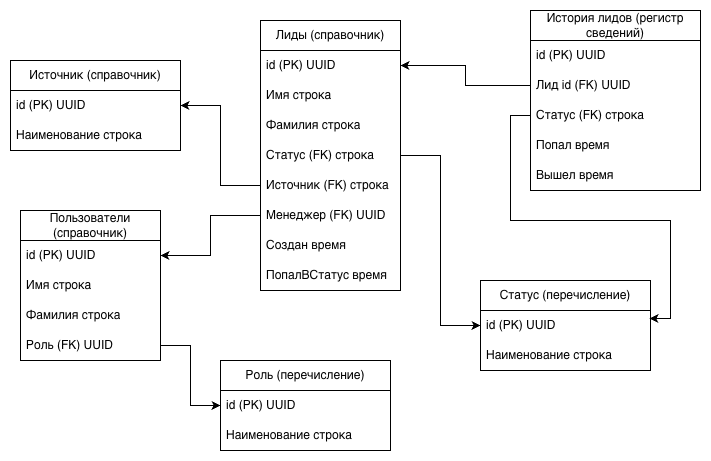
This is docs/CRM_ERD.png from Captain-Skull/CRM-mini, a draw.io export, as it was before one commit. Source tidied: cells renumbered, new cells last; positions are measured from the earlier drawing's top-left corner, leaving out a move shared by most shapes.
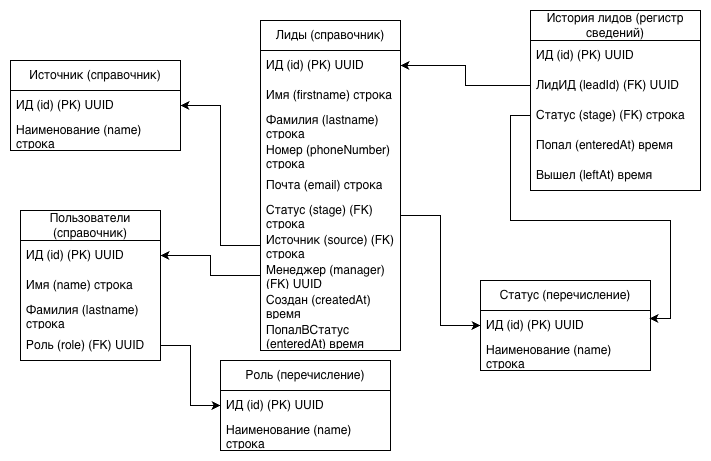
The same diagram one commit later.

Diff of the diagram source:
```diff
@@ -3,48 +3,54 @@
     <mxCell id="0" />
     <mxCell id="1" parent="0" />
     <mxCell id="2" value="Лиды (справочник)" style="swimlane;fontStyle=0;horizontal=1;startSize=30;whiteSpace=wrap;html=1;" parent="1" vertex="1">
-      <mxGeometry x="250" y="10" width="140" height="270" as="geometry" />
+      <mxGeometry x="250" y="10" width="140" height="330" as="geometry" />
     </mxCell>
-    <mxCell id="3" value="id (PK) UUID" style="text;strokeColor=none;fillColor=none;align=left;verticalAlign=middle;spacingLeft=4;spacingRight=4;overflow=hidden;points=[[0,0.5],[1,0.5]];portConstraint=eastwest;whiteSpace=wrap;html=1;" parent="2" vertex="1">
+    <mxCell id="3" value="ИД (id) (PK) UUID" style="text;strokeColor=none;fillColor=none;align=left;verticalAlign=middle;spacingLeft=4;spacingRight=4;overflow=hidden;points=[[0,0.5],[1,0.5]];portConstraint=eastwest;whiteSpace=wrap;html=1;" parent="2" vertex="1">
       <mxGeometry y="30" width="140" height="30" as="geometry" />
     </mxCell>
-    <mxCell id="4" value="Имя строка" style="text;strokeColor=none;fillColor=none;align=left;verticalAlign=middle;spacingLeft=4;spacingRight=4;overflow=hidden;whiteSpace=wrap;html=1;" parent="2" vertex="1">
+    <mxCell id="4" value="Имя (firstname) строка" style="text;strokeColor=none;fillColor=none;align=left;verticalAlign=middle;spacingLeft=4;spacingRight=4;overflow=hidden;whiteSpace=wrap;html=1;" parent="2" vertex="1">
       <mxGeometry y="60" width="140" height="30" as="geometry" />
     </mxCell>
-    <mxCell id="5" value="Фамилия строка" style="text;strokeColor=none;fillColor=none;align=left;verticalAlign=middle;spacingLeft=4;spacingRight=4;overflow=hidden;whiteSpace=wrap;html=1;" parent="2" vertex="1">
+    <mxCell id="5" value="Фамилия (lastname) строка" style="text;strokeColor=none;fillColor=none;align=left;verticalAlign=middle;spacingLeft=4;spacingRight=4;overflow=hidden;whiteSpace=wrap;html=1;" parent="2" vertex="1">
       <mxGeometry y="90" width="140" height="30" as="geometry" />
     </mxCell>
+    <mxCell id="37" value="Номер (phoneNumber) строка" style="text;strokeColor=none;fillColor=none;align=left;verticalAlign=middle;spacingLeft=4;spacingRight=4;overflow=hidden;whiteSpace=wrap;html=1;" parent="2" vertex="1">
+      <mxGeometry y="120" width="140" height="30" as="geometry" />
+    </mxCell>
+    <mxCell id="38" value="Почта (email) строка" style="text;strokeColor=none;fillColor=none;align=left;verticalAlign=middle;spacingLeft=4;spacingRight=4;overflow=hidden;whiteSpace=wrap;html=1;" parent="2" vertex="1">
+      <mxGeometry y="150" width="140" height="30" as="geometry" />
+    </mxCell>
-    <mxCell id="6" value="Статус (FK) строка&amp;nbsp;" style="text;strokeColor=none;fillColor=none;align=left;verticalAlign=middle;spacingLeft=4;spacingRight=4;overflow=hidden;points=[[0,0.5],[1,0.5]];portConstraint=eastwest;whiteSpace=wrap;html=1;" parent="2" vertex="1">
-      <mxGeometry y="120" width="140" height="30" as="geometry" />
+    <mxCell id="6" value="Статус (stage) (FK) строка&amp;nbsp;" style="text;strokeColor=none;fillColor=none;align=left;verticalAlign=middle;spacingLeft=4;spacingRight=4;overflow=hidden;points=[[0,0.5],[1,0.5]];portConstraint=eastwest;whiteSpace=wrap;html=1;" parent="2" vertex="1">
+      <mxGeometry y="180" width="140" height="30" as="geometry" />
     </mxCell>
-    <mxCell id="7" value="Источник (FK) строка&amp;nbsp;" style="text;strokeColor=none;fillColor=none;align=left;verticalAlign=middle;spacingLeft=4;spacingRight=4;overflow=hidden;points=[[0,0.5],[1,0.5]];portConstraint=eastwest;whiteSpace=wrap;html=1;" parent="2" vertex="1">
-      <mxGeometry y="150" width="140" height="30" as="geometry" />
+    <mxCell id="7" value="Источник (source) (FK) строка&amp;nbsp;" style="text;strokeColor=none;fillColor=none;align=left;verticalAlign=middle;spacingLeft=4;spacingRight=4;overflow=hidden;points=[[0,0.5],[1,0.5]];portConstraint=eastwest;whiteSpace=wrap;html=1;" parent="2" vertex="1">
+      <mxGeometry y="210" width="140" height="30" as="geometry" />
     </mxCell>
-    <mxCell id="8" value="Менеджер (FK) UUID" style="text;strokeColor=none;fillColor=none;align=left;verticalAlign=middle;spacingLeft=4;spacingRight=4;overflow=hidden;points=[[0,0.5],[1,0.5]];portConstraint=eastwest;whiteSpace=wrap;html=1;" parent="2" vertex="1">
-      <mxGeometry y="180" width="140" height="30" as="geometry" />
+    <mxCell id="8" value="Менеджер (manager) (FK) UUID" style="text;strokeColor=none;fillColor=none;align=left;verticalAlign=middle;spacingLeft=4;spacingRight=4;overflow=hidden;points=[[0,0.5],[1,0.5]];portConstraint=eastwest;whiteSpace=wrap;html=1;" parent="2" vertex="1">
+      <mxGeometry y="240" width="140" height="30" as="geometry" />
     </mxCell>
-    <mxCell id="9" value="Создан время" style="text;strokeColor=none;fillColor=none;align=left;verticalAlign=middle;spacingLeft=4;spacingRight=4;overflow=hidden;whiteSpace=wrap;html=1;" parent="2" vertex="1">
-      <mxGeometry y="210" width="140" height="30" as="geometry" />
+    <mxCell id="9" value="Создан (createdAt) время" style="text;strokeColor=none;fillColor=none;align=left;verticalAlign=middle;spacingLeft=4;spacingRight=4;overflow=hidden;whiteSpace=wrap;html=1;" parent="2" vertex="1">
+      <mxGeometry y="270" width="140" height="30" as="geometry" />
     </mxCell>
-    <mxCell id="10" value="ПопалВСтатус время" style="text;strokeColor=none;fillColor=none;align=left;verticalAlign=middle;spacingLeft=4;spacingRight=4;overflow=hidden;whiteSpace=wrap;html=1;" parent="2" vertex="1">
-      <mxGeometry y="240" width="140" height="30" as="geometry" />
+    <mxCell id="10" value="ПопалВСтатус (enteredAt) время" style="text;strokeColor=none;fillColor=none;align=left;verticalAlign=middle;spacingLeft=4;spacingRight=4;overflow=hidden;whiteSpace=wrap;html=1;" parent="2" vertex="1">
+      <mxGeometry y="300" width="140" height="30" as="geometry" />
     </mxCell>
     <mxCell id="11" value="История лидов (регистр сведений)" style="swimlane;fontStyle=0;horizontal=1;startSize=30;whiteSpace=wrap;html=1;" parent="1" vertex="1">
       <mxGeometry x="520" width="170" height="180" as="geometry" />
     </mxCell>
-    <mxCell id="12" value="id (PK) UUID" style="text;strokeColor=none;fillColor=none;align=left;verticalAlign=middle;spacingLeft=4;spacingRight=4;overflow=hidden;whiteSpace=wrap;html=1;" parent="11" vertex="1">
+    <mxCell id="12" value="ИД (id) (PK) UUID" style="text;strokeColor=none;fillColor=none;align=left;verticalAlign=middle;spacingLeft=4;spacingRight=4;overflow=hidden;whiteSpace=wrap;html=1;" parent="11" vertex="1">
       <mxGeometry y="30" width="170" height="30" as="geometry" />
     </mxCell>
-    <mxCell id="13" value="Лид id (FK) UUID" style="text;strokeColor=none;fillColor=none;align=left;verticalAlign=middle;spacingLeft=4;spacingRight=4;overflow=hidden;points=[[0,0.5],[1,0.5]];portConstraint=eastwest;whiteSpace=wrap;html=1;" parent="11" vertex="1">
+    <mxCell id="13" value="ЛидИД (leadId) (FK) UUID" style="text;strokeColor=none;fillColor=none;align=left;verticalAlign=middle;spacingLeft=4;spacingRight=4;overflow=hidden;points=[[0,0.5],[1,0.5]];portConstraint=eastwest;whiteSpace=wrap;html=1;" parent="11" vertex="1">
       <mxGeometry y="60" width="170" height="30" as="geometry" />
     </mxCell>
-    <mxCell id="14" value="Статус (FK) строка&amp;nbsp;" style="text;strokeColor=none;fillColor=none;align=left;verticalAlign=middle;spacingLeft=4;spacingRight=4;overflow=hidden;points=[[0,0.5],[1,0.5]];portConstraint=eastwest;whiteSpace=wrap;html=1;" parent="11" vertex="1">
+    <mxCell id="14" value="Статус (stage) (FK) строка&amp;nbsp;" style="text;strokeColor=none;fillColor=none;align=left;verticalAlign=middle;spacingLeft=4;spacingRight=4;overflow=hidden;points=[[0,0.5],[1,0.5]];portConstraint=eastwest;whiteSpace=wrap;html=1;" parent="11" vertex="1">
       <mxGeometry y="90" width="170" height="30" as="geometry" />
     </mxCell>
-    <mxCell id="15" value="Попал время" style="text;strokeColor=none;fillColor=none;align=left;verticalAlign=middle;spacingLeft=4;spacingRight=4;overflow=hidden;whiteSpace=wrap;html=1;" parent="11" vertex="1">
+    <mxCell id="15" value="Попал (enteredAt) время" style="text;strokeColor=none;fillColor=none;align=left;verticalAlign=middle;spacingLeft=4;spacingRight=4;overflow=hidden;whiteSpace=wrap;html=1;" parent="11" vertex="1">
       <mxGeometry y="120" width="170" height="30" as="geometry" />
     </mxCell>
-    <mxCell id="16" value="Вышел время" style="text;strokeColor=none;fillColor=none;align=left;verticalAlign=middle;spacingLeft=4;spacingRight=4;overflow=hidden;whiteSpace=wrap;html=1;" parent="11" vertex="1">
+    <mxCell id="16" value="Вышел (leftAt) время" style="text;strokeColor=none;fillColor=none;align=left;verticalAlign=middle;spacingLeft=4;spacingRight=4;overflow=hidden;whiteSpace=wrap;html=1;" parent="11" vertex="1">
       <mxGeometry y="150" width="170" height="30" as="geometry" />
     </mxCell>
     <mxCell id="17" style="edgeStyle=orthogonalEdgeStyle;rounded=0;jettySize=auto;html=1;entryX=1;entryY=0.5;entryDx=0;entryDy=0;" parent="1" edge="1" source="13" target="3">
@@ -53,10 +59,10 @@
     <mxCell id="18" value="Источник (справочник)" style="swimlane;fontStyle=0;horizontal=1;startSize=30;whiteSpace=wrap;html=1;" parent="1" vertex="1">
       <mxGeometry y="50" width="170" height="90" as="geometry" />
     </mxCell>
-    <mxCell id="19" value="id (PK) UUID" style="text;strokeColor=none;fillColor=none;align=left;verticalAlign=middle;spacingLeft=4;spacingRight=4;overflow=hidden;points=[[0,0.5],[1,0.5]];portConstraint=eastwest;whiteSpace=wrap;html=1;" parent="18" vertex="1">
+    <mxCell id="19" value="ИД (id) (PK) UUID" style="text;strokeColor=none;fillColor=none;align=left;verticalAlign=middle;spacingLeft=4;spacingRight=4;overflow=hidden;points=[[0,0.5],[1,0.5]];portConstraint=eastwest;whiteSpace=wrap;html=1;" parent="18" vertex="1">
       <mxGeometry y="30" width="170" height="30" as="geometry" />
     </mxCell>
-    <mxCell id="20" value="Наименование строка" style="text;strokeColor=none;fillColor=none;align=left;verticalAlign=middle;spacingLeft=4;spacingRight=4;overflow=hidden;whiteSpace=wrap;html=1;" parent="18" vertex="1">
+    <mxCell id="20" value="Наименование (name) строка" style="text;strokeColor=none;fillColor=none;align=left;verticalAlign=middle;spacingLeft=4;spacingRight=4;overflow=hidden;whiteSpace=wrap;html=1;" parent="18" vertex="1">
       <mxGeometry y="60" width="170" height="30" as="geometry" />
     </mxCell>
     <mxCell id="21" style="edgeStyle=orthogonalEdgeStyle;rounded=0;jettySize=auto;html=1;entryX=1;entryY=0.5;entryDx=0;entryDy=0;" parent="1" edge="1" source="7" target="19">
@@ -65,10 +71,10 @@
     <mxCell id="22" value="Статус (перечисление)" style="swimlane;fontStyle=0;horizontal=1;startSize=30;whiteSpace=wrap;html=1;" parent="1" vertex="1">
       <mxGeometry x="470" y="270" width="170" height="90" as="geometry" />
     </mxCell>
-    <mxCell id="23" value="id (PK) UUID" style="text;strokeColor=none;fillColor=none;align=left;verticalAlign=middle;spacingLeft=4;spacingRight=4;overflow=hidden;points=[[0,0.5],[1,0.5]];portConstraint=eastwest;whiteSpace=wrap;html=1;" parent="22" vertex="1">
+    <mxCell id="23" value="ИД (id) (PK) UUID" style="text;strokeColor=none;fillColor=none;align=left;verticalAlign=middle;spacingLeft=4;spacingRight=4;overflow=hidden;points=[[0,0.5],[1,0.5]];portConstraint=eastwest;whiteSpace=wrap;html=1;" parent="22" vertex="1">
       <mxGeometry y="30" width="170" height="30" as="geometry" />
     </mxCell>
-    <mxCell id="24" value="Наименование строка" style="text;strokeColor=none;fillColor=none;align=left;verticalAlign=middle;spacingLeft=4;spacingRight=4;overflow=hidden;whiteSpace=wrap;html=1;" parent="22" vertex="1">
+    <mxCell id="24" value="Наименование (name) строка" style="text;strokeColor=none;fillColor=none;align=left;verticalAlign=middle;spacingLeft=4;spacingRight=4;overflow=hidden;whiteSpace=wrap;html=1;" parent="22" vertex="1">
       <mxGeometry y="60" width="170" height="30" as="geometry" />
     </mxCell>
     <mxCell id="25" style="edgeStyle=orthogonalEdgeStyle;rounded=0;jettySize=auto;html=1;entryX=0;entryY=0.5;entryDx=0;entryDy=0;" parent="1" edge="1" source="6" target="22">
@@ -80,16 +86,16 @@
     <mxCell id="27" value="Пользователи (справочник)" style="swimlane;fontStyle=0;horizontal=1;startSize=30;whiteSpace=wrap;html=1;" parent="1" vertex="1">
       <mxGeometry x="10" y="200" width="140" height="150" as="geometry" />
     </mxCell>
-    <mxCell id="28" value="id (PK) UUID" style="text;strokeColor=none;fillColor=none;align=left;verticalAlign=middle;spacingLeft=4;spacingRight=4;overflow=hidden;points=[[0,0.5],[1,0.5]];portConstraint=eastwest;whiteSpace=wrap;html=1;" parent="27" vertex="1">
+    <mxCell id="28" value="ИД (id) (PK) UUID" style="text;strokeColor=none;fillColor=none;align=left;verticalAlign=middle;spacingLeft=4;spacingRight=4;overflow=hidden;points=[[0,0.5],[1,0.5]];portConstraint=eastwest;whiteSpace=wrap;html=1;" parent="27" vertex="1">
       <mxGeometry y="30" width="140" height="30" as="geometry" />
     </mxCell>
-    <mxCell id="29" value="Имя строка" style="text;strokeColor=none;fillColor=none;align=left;verticalAlign=middle;spacingLeft=4;spacingRight=4;overflow=hidden;whiteSpace=wrap;html=1;" parent="27" vertex="1">
+    <mxCell id="29" value="Имя (name) строка" style="text;strokeColor=none;fillColor=none;align=left;verticalAlign=middle;spacingLeft=4;spacingRight=4;overflow=hidden;whiteSpace=wrap;html=1;" parent="27" vertex="1">
       <mxGeometry y="60" width="140" height="30" as="geometry" />
     </mxCell>
-    <mxCell id="30" value="Фамилия строка" style="text;strokeColor=none;fillColor=none;align=left;verticalAlign=middle;spacingLeft=4;spacingRight=4;overflow=hidden;whiteSpace=wrap;html=1;" parent="27" vertex="1">
+    <mxCell id="30" value="Фамилия (lastname) строка" style="text;strokeColor=none;fillColor=none;align=left;verticalAlign=middle;spacingLeft=4;spacingRight=4;overflow=hidden;whiteSpace=wrap;html=1;" parent="27" vertex="1">
       <mxGeometry y="90" width="140" height="30" as="geometry" />
     </mxCell>
-    <mxCell id="31" value="Роль (FK) UUID" style="text;strokeColor=none;fillColor=none;align=left;verticalAlign=middle;spacingLeft=4;spacingRight=4;overflow=hidden;points=[[0,0.5],[1,0.5]];portConstraint=eastwest;whiteSpace=wrap;html=1;" parent="27" vertex="1">
+    <mxCell id="31" value="Роль (role) (FK) UUID" style="text;strokeColor=none;fillColor=none;align=left;verticalAlign=middle;spacingLeft=4;spacingRight=4;overflow=hidden;points=[[0,0.5],[1,0.5]];portConstraint=eastwest;whiteSpace=wrap;html=1;" parent="27" vertex="1">
       <mxGeometry y="120" width="140" height="30" as="geometry" />
     </mxCell>
     <mxCell id="32" style="edgeStyle=orthogonalEdgeStyle;rounded=0;jettySize=auto;html=1;entryX=1;entryY=0.5;entryDx=0;entryDy=0;" parent="1" edge="1" source="8" target="28">
@@ -98,10 +104,10 @@
     <mxCell id="33" value="Роль (перечисление)" style="swimlane;fontStyle=0;horizontal=1;startSize=30;whiteSpace=wrap;html=1;" parent="1" vertex="1">
       <mxGeometry x="210" y="350" width="170" height="90" as="geometry" />
     </mxCell>
-    <mxCell id="34" value="id (PK) UUID" style="text;strokeColor=none;fillColor=none;align=left;verticalAlign=middle;spacingLeft=4;spacingRight=4;overflow=hidden;points=[[0,0.5],[1,0.5]];portConstraint=eastwest;whiteSpace=wrap;html=1;" parent="33" vertex="1">
+    <mxCell id="34" value="ИД (id) (PK) UUID" style="text;strokeColor=none;fillColor=none;align=left;verticalAlign=middle;spacingLeft=4;spacingRight=4;overflow=hidden;points=[[0,0.5],[1,0.5]];portConstraint=eastwest;whiteSpace=wrap;html=1;" parent="33" vertex="1">
       <mxGeometry y="30" width="170" height="30" as="geometry" />
     </mxCell>
-    <mxCell id="35" value="Наименование строка" style="text;strokeColor=none;fillColor=none;align=left;verticalAlign=middle;spacingLeft=4;spacingRight=4;overflow=hidden;whiteSpace=wrap;html=1;" parent="33" vertex="1">
+    <mxCell id="35" value="Наименование (name) строка" style="text;strokeColor=none;fillColor=none;align=left;verticalAlign=middle;spacingLeft=4;spacingRight=4;overflow=hidden;whiteSpace=wrap;html=1;" parent="33" vertex="1">
       <mxGeometry y="60" width="170" height="30" as="geometry" />
     </mxCell>
     <mxCell id="36" style="edgeStyle=orthogonalEdgeStyle;rounded=0;jettySize=auto;html=1;entryX=0;entryY=0.5;entryDx=0;entryDy=0;" parent="1" edge="1" source="31" target="34">
```
